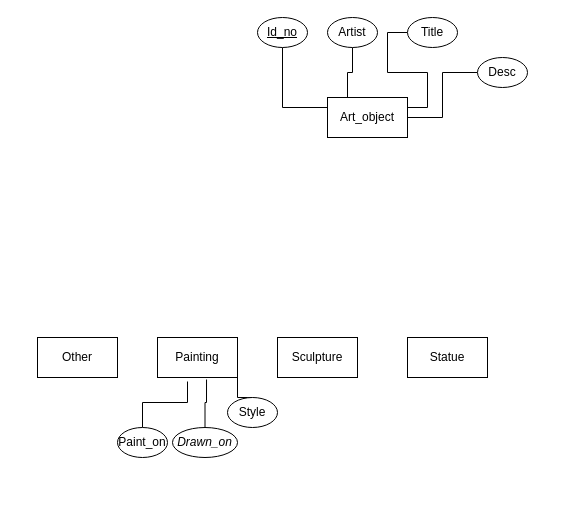
The draw.io diagram ER_MODEL_2.drawio in nballard/601, before the edit. Source tidied: cells renumbered, new cells numbered last; positions are measured from the earlier drawing's top-left corner, leaving out a move shared by most shapes. Both pictures are drawn from the tidied source at 100%, with x=0, y=0 at pixel (37, 17).
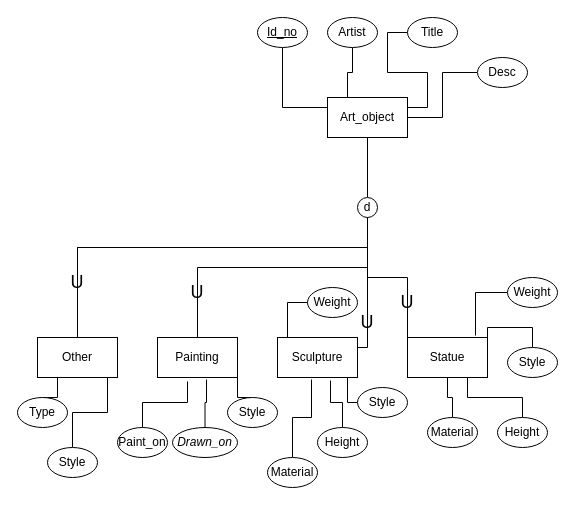
The same diagram, later.

Unchanged cells that the change refers to:
```xml
<mxCell id="2" value="Art_object" style="rounded=0;whiteSpace=wrap;html=1;" parent="1" vertex="1">
  <mxGeometry x="290" y="80" width="80" height="40" as="geometry" />
</mxCell>
<mxCell id="11" value="Statue" style="rounded=0;whiteSpace=wrap;html=1;" parent="1" vertex="1">
  <mxGeometry x="370" y="320" width="80" height="40" as="geometry" />
</mxCell>
<mxCell id="12" value="Sculpture" style="rounded=0;whiteSpace=wrap;html=1;" parent="1" vertex="1">
  <mxGeometry x="240" y="320" width="80" height="40" as="geometry" />
</mxCell>
<mxCell id="13" value="Painting" style="rounded=0;whiteSpace=wrap;html=1;" parent="1" vertex="1">
  <mxGeometry x="120" y="320" width="80" height="40" as="geometry" />
</mxCell>
<mxCell id="14" value="Other" style="rounded=0;whiteSpace=wrap;html=1;" parent="1" vertex="1">
  <mxGeometry y="320" width="80" height="40" as="geometry" />
</mxCell>
```

Diff of the diagram source:
```diff
@@
+    <mxCell id="21" style="edgeStyle=orthogonalEdgeStyle;rounded=0;jettySize=auto;html=1;exitX=0.5;exitY=1;exitDx=0;exitDy=0;entryX=0.5;entryY=0;entryDx=0;entryDy=0;endArrow=none;endFill=0;" parent="1" edge="1" source="2" target="46">
+      <mxGeometry relative="1" as="geometry" />
+    </mxCell>
@@
+    <mxCell id="22" style="edgeStyle=orthogonalEdgeStyle;rounded=0;jettySize=auto;html=1;exitX=0.5;exitY=0;exitDx=0;exitDy=0;entryX=0.425;entryY=1.05;entryDx=0;entryDy=0;entryPerimeter=0;endArrow=none;endFill=0;" parent="1" edge="1" source="23" target="12">
+      <mxGeometry relative="1" as="geometry" />
+    </mxCell>
+    <mxCell id="23" value="Material" style="ellipse;whiteSpace=wrap;html=1;" parent="1" vertex="1">
+      <mxGeometry x="230" y="440" width="50" height="30" as="geometry" />
+    </mxCell>
+    <mxCell id="24" style="edgeStyle=orthogonalEdgeStyle;rounded=0;jettySize=auto;html=1;exitX=0.5;exitY=0;exitDx=0;exitDy=0;entryX=0.663;entryY=1.075;entryDx=0;entryDy=0;entryPerimeter=0;endArrow=none;endFill=0;" parent="1" edge="1" source="25" target="12">
+      <mxGeometry relative="1" as="geometry" />
+    </mxCell>
+    <mxCell id="25" value="Height" style="ellipse;whiteSpace=wrap;html=1;" parent="1" vertex="1">
+      <mxGeometry x="280" y="410" width="50" height="30" as="geometry" />
+    </mxCell>
+    <mxCell id="26" style="edgeStyle=orthogonalEdgeStyle;rounded=0;jettySize=auto;html=1;exitX=0;exitY=0.5;exitDx=0;exitDy=0;entryX=0.75;entryY=0;entryDx=0;entryDy=0;endArrow=none;endFill=0;" parent="1" edge="1" source="27" target="12">
+      <mxGeometry relative="1" as="geometry" />
+    </mxCell>
+    <mxCell id="27" value="Weight" style="ellipse;whiteSpace=wrap;html=1;" parent="1" vertex="1">
+      <mxGeometry x="270" y="270" width="50" height="30" as="geometry" />
+    </mxCell>
+    <mxCell id="28" style="edgeStyle=orthogonalEdgeStyle;rounded=0;jettySize=auto;html=1;exitX=0;exitY=0.5;exitDx=0;exitDy=0;entryX=0.875;entryY=1;entryDx=0;entryDy=0;entryPerimeter=0;endArrow=none;endFill=0;" parent="1" edge="1" source="29" target="12">
+      <mxGeometry relative="1" as="geometry" />
+    </mxCell>
+    <mxCell id="29" value="Style" style="ellipse;whiteSpace=wrap;html=1;" parent="1" vertex="1">
+      <mxGeometry x="320" y="370" width="50" height="30" as="geometry" />
+    </mxCell>
+    <mxCell id="30" style="edgeStyle=orthogonalEdgeStyle;rounded=0;jettySize=auto;html=1;exitX=0.5;exitY=0;exitDx=0;exitDy=0;entryX=0.25;entryY=1;entryDx=0;entryDy=0;endArrow=none;endFill=0;" parent="1" edge="1" source="31" target="14">
+      <mxGeometry relative="1" as="geometry" />
+    </mxCell>
+    <mxCell id="31" value="Type" style="ellipse;whiteSpace=wrap;html=1;" parent="1" vertex="1">
+      <mxGeometry x="-20" y="380" width="50" height="30" as="geometry" />
+    </mxCell>
+    <mxCell id="32" style="edgeStyle=orthogonalEdgeStyle;rounded=0;jettySize=auto;html=1;exitX=0.5;exitY=0;exitDx=0;exitDy=0;entryX=0.875;entryY=1;entryDx=0;entryDy=0;entryPerimeter=0;endArrow=none;endFill=0;" parent="1" edge="1" source="33" target="14">
+      <mxGeometry relative="1" as="geometry" />
+    </mxCell>
+    <mxCell id="33" value="Style" style="ellipse;whiteSpace=wrap;html=1;" parent="1" vertex="1">
+      <mxGeometry x="10" y="430" width="50" height="30" as="geometry" />
+    </mxCell>
+    <mxCell id="34" style="edgeStyle=orthogonalEdgeStyle;rounded=0;jettySize=auto;html=1;exitX=0.5;exitY=0;exitDx=0;exitDy=0;entryX=0.5;entryY=1;entryDx=0;entryDy=0;endArrow=none;endFill=0;" parent="1" edge="1" source="35" target="11">
+      <mxGeometry relative="1" as="geometry" />
+    </mxCell>
+    <mxCell id="35" value="Material" style="ellipse;whiteSpace=wrap;html=1;" parent="1" vertex="1">
+      <mxGeometry x="390" y="400" width="50" height="30" as="geometry" />
+    </mxCell>
+    <mxCell id="36" style="edgeStyle=orthogonalEdgeStyle;rounded=0;jettySize=auto;html=1;exitX=0.5;exitY=0;exitDx=0;exitDy=0;entryX=0.75;entryY=1;entryDx=0;entryDy=0;endArrow=none;endFill=0;" parent="1" edge="1" source="37" target="11">
+      <mxGeometry relative="1" as="geometry" />
+    </mxCell>
+    <mxCell id="37" value="Height" style="ellipse;whiteSpace=wrap;html=1;" parent="1" vertex="1">
+      <mxGeometry x="460" y="400" width="50" height="30" as="geometry" />
+    </mxCell>
+    <mxCell id="38" style="edgeStyle=orthogonalEdgeStyle;rounded=0;jettySize=auto;html=1;exitX=0.5;exitY=0;exitDx=0;exitDy=0;entryX=1;entryY=0.25;entryDx=0;entryDy=0;endArrow=none;endFill=0;" parent="1" edge="1" source="39" target="11">
+      <mxGeometry relative="1" as="geometry" />
+    </mxCell>
+    <mxCell id="39" value="Style" style="ellipse;whiteSpace=wrap;html=1;" parent="1" vertex="1">
+      <mxGeometry x="470" y="330" width="50" height="30" as="geometry" />
+    </mxCell>
+    <mxCell id="40" style="edgeStyle=orthogonalEdgeStyle;rounded=0;jettySize=auto;html=1;exitX=0;exitY=0.5;exitDx=0;exitDy=0;entryX=0.85;entryY=-0.05;entryDx=0;entryDy=0;entryPerimeter=0;endArrow=none;endFill=0;" parent="1" edge="1" source="41" target="11">
+      <mxGeometry relative="1" as="geometry" />
+    </mxCell>
+    <mxCell id="41" value="Weight" style="ellipse;whiteSpace=wrap;html=1;" parent="1" vertex="1">
+      <mxGeometry x="470" y="260" width="50" height="30" as="geometry" />
+    </mxCell>
+    <mxCell id="42" style="edgeStyle=orthogonalEdgeStyle;rounded=0;jettySize=auto;html=1;exitX=0.5;exitY=1;exitDx=0;exitDy=0;entryX=0.5;entryY=0;entryDx=0;entryDy=0;endArrow=none;endFill=0;" parent="1" edge="1" source="47" target="14">
+      <mxGeometry relative="1" as="geometry">
+        <Array as="points">
+          <mxPoint x="40" y="230" />
+        </Array>
+      </mxGeometry>
+    </mxCell>
+    <mxCell id="43" style="edgeStyle=orthogonalEdgeStyle;rounded=0;jettySize=auto;html=1;exitX=0.5;exitY=1;exitDx=0;exitDy=0;entryX=0.5;entryY=0;entryDx=0;entryDy=0;endArrow=none;endFill=0;" parent="1" edge="1" source="46" target="13">
+      <mxGeometry relative="1" as="geometry">
+        <Array as="points">
+          <mxPoint x="330" y="250" />
+          <mxPoint x="160" y="250" />
+        </Array>
+      </mxGeometry>
+    </mxCell>
+    <mxCell id="44" style="edgeStyle=orthogonalEdgeStyle;rounded=0;jettySize=auto;html=1;exitX=0.5;exitY=1;exitDx=0;exitDy=0;entryX=1;entryY=0.25;entryDx=0;entryDy=0;endArrow=none;endFill=0;" parent="1" edge="1" source="46" target="12">
+      <mxGeometry relative="1" as="geometry">
+        <Array as="points">
+          <mxPoint x="330" y="330" />
+        </Array>
+      </mxGeometry>
+    </mxCell>
+    <mxCell id="45" style="edgeStyle=orthogonalEdgeStyle;rounded=0;jettySize=auto;html=1;exitX=0.5;exitY=1;exitDx=0;exitDy=0;entryX=0;entryY=0;entryDx=0;entryDy=0;endArrow=none;endFill=0;" parent="1" edge="1" source="46" target="11">
+      <mxGeometry relative="1" as="geometry" />
+    </mxCell>
+    <mxCell id="46" value="d" style="ellipse;whiteSpace=wrap;html=1;" parent="1" vertex="1">
+      <mxGeometry x="320" y="180" width="20" height="20" as="geometry" />
+    </mxCell>
+    <mxCell id="47" value="&lt;font style=&quot;font-size: 18px&quot;&gt;U&lt;/font&gt;" style="text;html=1;strokeColor=none;fillColor=none;align=center;verticalAlign=middle;whiteSpace=wrap;rounded=0;" parent="1" vertex="1">
+      <mxGeometry x="10" y="250" width="60" height="30" as="geometry" />
+    </mxCell>
+    <mxCell id="48" style="edgeStyle=orthogonalEdgeStyle;rounded=0;jettySize=auto;html=1;exitX=0.5;exitY=1;exitDx=0;exitDy=0;entryX=0.5;entryY=0;entryDx=0;entryDy=0;endArrow=none;endFill=0;" parent="1" edge="1" source="46" target="47">
+      <mxGeometry relative="1" as="geometry">
+        <Array as="points">
+          <mxPoint x="330" y="230" />
+        </Array>
+      </mxGeometry>
+    </mxCell>
+    <mxCell id="49" value="&lt;font style=&quot;font-size: 18px&quot;&gt;U&lt;/font&gt;" style="text;html=1;strokeColor=none;fillColor=none;align=center;verticalAlign=middle;whiteSpace=wrap;rounded=0;" parent="1" vertex="1">
+      <mxGeometry x="130" y="260" width="60" height="30" as="geometry" />
+    </mxCell>
+    <mxCell id="50" value="&lt;font style=&quot;font-size: 18px&quot;&gt;U&lt;/font&gt;" style="text;html=1;strokeColor=none;fillColor=none;align=center;verticalAlign=middle;whiteSpace=wrap;rounded=0;" parent="1" vertex="1">
+      <mxGeometry x="300" y="290" width="60" height="30" as="geometry" />
+    </mxCell>
+    <mxCell id="51" value="&lt;font style=&quot;font-size: 18px&quot;&gt;U&lt;/font&gt;" style="text;html=1;strokeColor=none;fillColor=none;align=center;verticalAlign=middle;whiteSpace=wrap;rounded=0;" parent="1" vertex="1">
+      <mxGeometry x="340" y="270" width="60" height="30" as="geometry" />
+    </mxCell>
```
